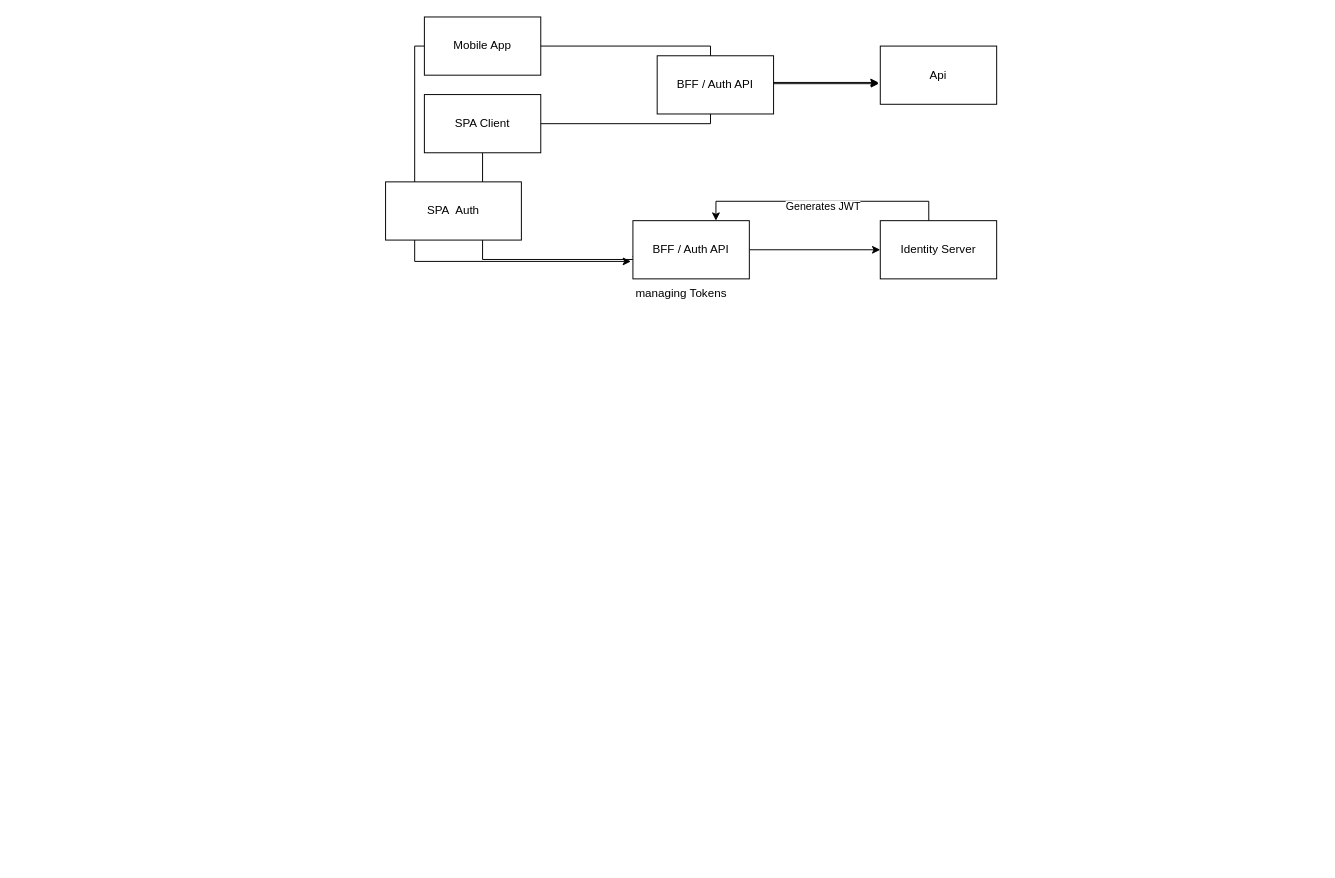
Above: diagrams/ProjectStructure.drawio in Azero77/PrivateClinicalSystem (draw.io), before the change. Source tidied: cells renumbered, new cells numbered last; positions are measured from the earlier drawing's top-left corner, leaving out a move shared by most shapes. Both pictures are drawn from the tidied source at 97%, with x=0, y=0 at pixel (385, 16).
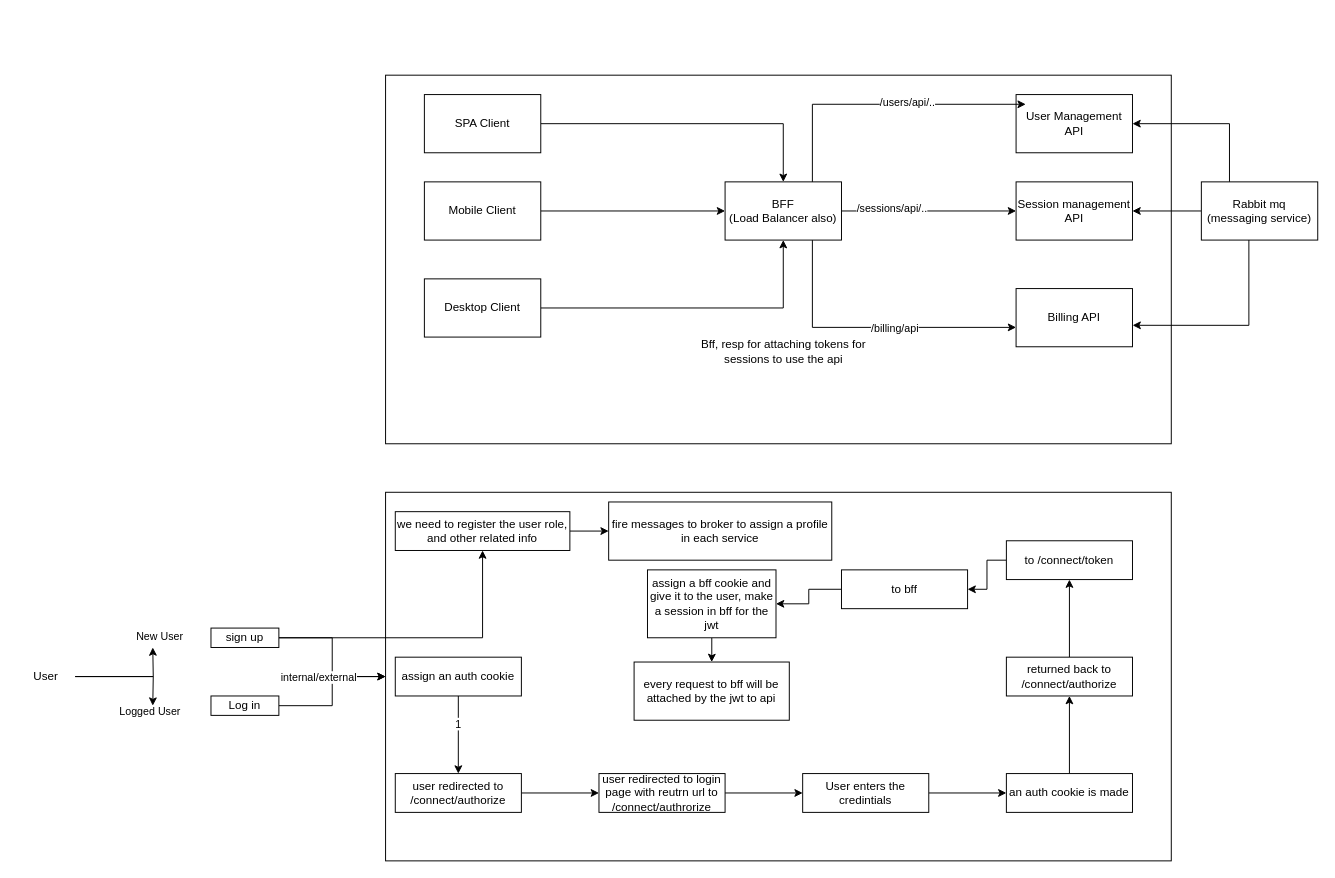
Above is the later version.

Unchanged cells that the change refers to:
```xml
<mxCell id="5" value="SPA Client" style="rounded=0;whiteSpace=wrap;html=1;" parent="1" vertex="1">
  <mxGeometry x="40" y="80" width="120" height="60" as="geometry" />
</mxCell>
```

Change to the diagram source:
```diff
@@
-    <mxCell id="2" style="edgeStyle=orthogonalEdgeStyle;rounded=0;jettySize=auto;html=1;entryX=-0.017;entryY=0.7;entryDx=0;entryDy=0;entryPerimeter=0;" parent="1" edge="1" source="3" target="10">
-      <mxGeometry relative="1" as="geometry">
-        <Array as="points">
-          <mxPoint x="30" y="30" />
-          <mxPoint x="30" y="252" />
-        </Array>
-      </mxGeometry>
-    </mxCell>
-    <mxCell id="3" value="Mobile App" style="rounded=0;whiteSpace=wrap;html=1;" parent="1" vertex="1">
-      <mxGeometry x="40" width="120" height="60" as="geometry" />
-    </mxCell>
-    <mxCell id="4" style="edgeStyle=orthogonalEdgeStyle;rounded=0;jettySize=auto;html=1;entryX=0.029;entryY=0.483;entryDx=0;entryDy=0;entryPerimeter=0;" parent="1" edge="1" source="5" target="10">
-      <mxGeometry relative="1" as="geometry">
-        <Array as="points">
-          <mxPoint x="100" y="250" />
-          <mxPoint x="259" y="250" />
-        </Array>
-      </mxGeometry>
-    </mxCell>
+    <mxCell id="17" style="rounded=0;whiteSpace=wrap;html=1;" parent="1" vertex="1">
+      <mxGeometry y="60" width="810" height="380" as="geometry" />
+    </mxCell>
+    <mxCell id="18" style="rounded=0;whiteSpace=wrap;html=1;" parent="1" vertex="1">
+      <mxGeometry y="490" width="810" height="380" as="geometry" />
+    </mxCell>
+    <mxCell id="19" style="edgeStyle=orthogonalEdgeStyle;rounded=0;jettySize=auto;html=1;" parent="1" edge="1" source="5" target="24">
+      <mxGeometry relative="1" as="geometry" />
+    </mxCell>
@@
-    <mxCell id="6" value="Api" style="rounded=0;whiteSpace=wrap;html=1;" parent="1" vertex="1">
-      <mxGeometry x="510" y="30" width="120" height="60" as="geometry" />
-    </mxCell>
-    <mxCell id="7" style="edgeStyle=orthogonalEdgeStyle;rounded=0;jettySize=auto;html=1;entryX=-0.015;entryY=0.625;entryDx=0;entryDy=0;entryPerimeter=0;" parent="1" edge="1" source="3" target="6">
-      <mxGeometry relative="1" as="geometry" />
-    </mxCell>
-    <mxCell id="8" style="edgeStyle=orthogonalEdgeStyle;rounded=0;jettySize=auto;html=1;entryX=-0.012;entryY=0.646;entryDx=0;entryDy=0;entryPerimeter=0;" parent="1" edge="1" source="5" target="6">
-      <mxGeometry relative="1" as="geometry" />
-    </mxCell>
-    <mxCell id="9" style="edgeStyle=orthogonalEdgeStyle;rounded=0;jettySize=auto;html=1;" parent="1" edge="1" source="10" target="11">
-      <mxGeometry relative="1" as="geometry" />
-    </mxCell>
-    <mxCell id="10" value="BFF / Auth API" style="rounded=0;whiteSpace=wrap;html=1;" parent="1" vertex="1">
-      <mxGeometry x="255" y="210" width="120" height="60" as="geometry" />
-    </mxCell>
-    <mxCell id="11" value="Identity Server" style="rounded=0;whiteSpace=wrap;html=1;" parent="1" vertex="1">
-      <mxGeometry x="510" y="210" width="120" height="60" as="geometry" />
-    </mxCell>
-    <mxCell id="12" style="edgeStyle=orthogonalEdgeStyle;rounded=0;jettySize=auto;html=1;entryX=0.713;entryY=0;entryDx=0;entryDy=0;entryPerimeter=0;" parent="1" edge="1" source="11" target="10">
-      <mxGeometry relative="1" as="geometry">
-        <Array as="points">
-          <mxPoint x="560" y="190" />
-          <mxPoint x="341" y="190" />
-        </Array>
-      </mxGeometry>
-    </mxCell>
-    <mxCell id="13" value="Generates JWT" style="edgeLabel;html=1;align=center;verticalAlign=middle;" parent="12" vertex="1">
-      <mxGeometry y="5" relative="1" as="geometry" />
-    </mxCell>
-    <mxCell id="14" value="SPA&amp;nbsp; Auth" style="rounded=0;whiteSpace=wrap;html=1;" parent="1" vertex="1">
-      <mxGeometry y="170" width="140" height="60" as="geometry" />
-    </mxCell>
-    <mxCell id="15" value="BFF / Auth API" style="rounded=0;whiteSpace=wrap;html=1;" parent="1" vertex="1">
-      <mxGeometry x="280" y="40" width="120" height="60" as="geometry" />
-    </mxCell>
-    <mxCell id="16" value="managing Tokens" style="text;strokeColor=none;align=center;fillColor=none;html=1;verticalAlign=middle;whiteSpace=wrap;rounded=0;" parent="1" vertex="1">
-      <mxGeometry x="235" y="280" width="140" height="10" as="geometry" />
-    </mxCell>
+    <mxCell id="20" style="edgeStyle=orthogonalEdgeStyle;rounded=0;jettySize=auto;html=1;" parent="1" edge="1" source="24" target="28">
+      <mxGeometry relative="1" as="geometry" />
+    </mxCell>
+    <mxCell id="21" value="/sessions/api/.." style="edgeLabel;html=1;align=center;verticalAlign=middle;" parent="20" vertex="1">
+      <mxGeometry x="-0.43" y="3" relative="1" as="geometry" />
+    </mxCell>
+    <mxCell id="22" style="edgeStyle=orthogonalEdgeStyle;rounded=0;jettySize=auto;html=1;" parent="1" edge="1" source="24" target="29">
+      <mxGeometry relative="1" as="geometry">
+        <Array as="points">
+          <mxPoint x="440" y="320" />
+        </Array>
+      </mxGeometry>
+    </mxCell>
+    <mxCell id="23" value="/billing/api" style="edgeLabel;html=1;align=center;verticalAlign=middle;" parent="22" vertex="1">
+      <mxGeometry x="0.16" relative="1" as="geometry" />
+    </mxCell>
+    <mxCell id="24" value="BFF&lt;br&gt;(Load Balancer also)" style="rounded=0;whiteSpace=wrap;html=1;" parent="1" vertex="1">
+      <mxGeometry x="350" y="170" width="120" height="60" as="geometry" />
+    </mxCell>
+    <mxCell id="25" style="edgeStyle=orthogonalEdgeStyle;rounded=0;jettySize=auto;html=1;" parent="1" edge="1" source="27" target="28">
+      <mxGeometry relative="1" as="geometry" />
+    </mxCell>
+    <mxCell id="26" style="edgeStyle=orthogonalEdgeStyle;rounded=0;jettySize=auto;html=1;" parent="1" edge="1" source="27" target="30">
+      <mxGeometry relative="1" as="geometry">
+        <Array as="points">
+          <mxPoint x="870" y="110" />
+        </Array>
+      </mxGeometry>
+    </mxCell>
+    <mxCell id="27" value="Rabbit mq&lt;div&gt;(messaging service)&lt;/div&gt;" style="rounded=0;whiteSpace=wrap;html=1;" parent="1" vertex="1">
+      <mxGeometry x="841" y="170" width="120" height="60" as="geometry" />
+    </mxCell>
+    <mxCell id="28" value="Session management API" style="rounded=0;whiteSpace=wrap;html=1;" parent="1" vertex="1">
+      <mxGeometry x="650" y="170" width="120" height="60" as="geometry" />
+    </mxCell>
+    <mxCell id="29" value="Billing API" style="rounded=0;whiteSpace=wrap;html=1;" parent="1" vertex="1">
+      <mxGeometry x="650" y="280" width="120" height="60" as="geometry" />
+    </mxCell>
+    <mxCell id="30" value="User Management API" style="rounded=0;whiteSpace=wrap;html=1;" parent="1" vertex="1">
+      <mxGeometry x="650" y="80" width="120" height="60" as="geometry" />
+    </mxCell>
+    <mxCell id="31" style="edgeStyle=orthogonalEdgeStyle;rounded=0;jettySize=auto;html=1;" parent="1" edge="1" source="32" target="24">
+      <mxGeometry relative="1" as="geometry" />
+    </mxCell>
+    <mxCell id="32" value="Mobile Client" style="rounded=0;whiteSpace=wrap;html=1;" parent="1" vertex="1">
+      <mxGeometry x="40" y="170" width="120" height="60" as="geometry" />
+    </mxCell>
+    <mxCell id="33" style="edgeStyle=orthogonalEdgeStyle;rounded=0;jettySize=auto;html=1;" parent="1" edge="1" source="34" target="24">
+      <mxGeometry relative="1" as="geometry" />
+    </mxCell>
+    <mxCell id="34" value="Desktop Client" style="rounded=0;whiteSpace=wrap;html=1;" parent="1" vertex="1">
+      <mxGeometry x="40" y="270" width="120" height="60" as="geometry" />
+    </mxCell>
+    <mxCell id="35" style="edgeStyle=orthogonalEdgeStyle;rounded=0;jettySize=auto;html=1;entryX=0.083;entryY=0.167;entryDx=0;entryDy=0;entryPerimeter=0;" parent="1" edge="1" source="24" target="30">
+      <mxGeometry relative="1" as="geometry">
+        <Array as="points">
+          <mxPoint x="440" y="90" />
+        </Array>
+      </mxGeometry>
+    </mxCell>
+    <mxCell id="36" value="/users/api/.." style="edgeLabel;html=1;align=center;verticalAlign=middle;" parent="35" vertex="1">
+      <mxGeometry x="0.18" y="3" relative="1" as="geometry" />
+    </mxCell>
+    <mxCell id="37" style="edgeStyle=orthogonalEdgeStyle;rounded=0;jettySize=auto;html=1;entryX=1.001;entryY=0.631;entryDx=0;entryDy=0;entryPerimeter=0;" parent="1" edge="1" source="27" target="29">
+      <mxGeometry relative="1" as="geometry">
+        <Array as="points">
+          <mxPoint x="890" y="318" />
+        </Array>
+      </mxGeometry>
+    </mxCell>
+    <mxCell id="38" value="Bff, resp for attaching tokens for sessions to use the api" style="text;html=1;align=center;verticalAlign=middle;whiteSpace=wrap;rounded=0;" parent="1" vertex="1">
+      <mxGeometry x="307.5" y="320" width="205" height="50" as="geometry" />
+    </mxCell>
+    <mxCell id="39" style="edgeStyle=orthogonalEdgeStyle;rounded=0;jettySize=auto;html=1;" parent="1" edge="1" source="42">
+      <mxGeometry relative="1" as="geometry">
+        <mxPoint x="-240" y="650" as="targetPoint" />
+      </mxGeometry>
+    </mxCell>
+    <mxCell id="40" style="edgeStyle=orthogonalEdgeStyle;rounded=0;jettySize=auto;html=1;" parent="1" edge="1" source="42">
+      <mxGeometry relative="1" as="geometry">
+        <mxPoint x="-240" y="710" as="targetPoint" />
+      </mxGeometry>
+    </mxCell>
+    <mxCell id="41" value="Logged User" style="edgeLabel;html=1;align=center;verticalAlign=middle;" parent="40" vertex="1">
+      <mxGeometry x="1" y="-6" relative="1" as="geometry">
+        <mxPoint x="3" y="5" as="offset" />
+      </mxGeometry>
+    </mxCell>
+    <mxCell id="42" value="User" style="text;html=1;align=center;verticalAlign=middle;whiteSpace=wrap;rounded=0;" parent="1" vertex="1">
+      <mxGeometry x="-380" y="665" width="60" height="30" as="geometry" />
+    </mxCell>
+    <mxCell id="43" value="New User" style="edgeLabel;html=1;align=center;verticalAlign=middle;" parent="1" vertex="1">
+      <mxGeometry x="-240" y="665" as="geometry">
+        <mxPoint x="6" y="-27" as="offset" />
+      </mxGeometry>
+    </mxCell>
+    <mxCell id="44" style="edgeStyle=orthogonalEdgeStyle;rounded=0;jettySize=auto;html=1;" parent="1" edge="1" source="45" target="18">
+      <mxGeometry relative="1" as="geometry" />
+    </mxCell>
+    <mxCell id="45" value="Log in" style="rounded=0;whiteSpace=wrap;html=1;" parent="1" vertex="1">
+      <mxGeometry x="-180" y="700" width="70" height="20" as="geometry" />
+    </mxCell>
+    <mxCell id="46" style="edgeStyle=orthogonalEdgeStyle;rounded=0;jettySize=auto;html=1;" parent="1" edge="1" source="49" target="18">
+      <mxGeometry relative="1" as="geometry" />
+    </mxCell>
+    <mxCell id="47" value="internal/external" style="edgeLabel;html=1;align=center;verticalAlign=middle;" parent="46" vertex="1">
+      <mxGeometry x="-0.61" y="-2" relative="1" as="geometry">
+        <mxPoint x="11" y="38" as="offset" />
+      </mxGeometry>
+    </mxCell>
+    <mxCell id="48" style="edgeStyle=orthogonalEdgeStyle;rounded=0;jettySize=auto;html=1;" parent="1" edge="1" source="49" target="51">
+      <mxGeometry relative="1" as="geometry" />
+    </mxCell>
+    <mxCell id="49" value="sign up" style="rounded=0;whiteSpace=wrap;html=1;" parent="1" vertex="1">
+      <mxGeometry x="-180" y="630" width="70" height="20" as="geometry" />
+    </mxCell>
+    <mxCell id="50" style="edgeStyle=orthogonalEdgeStyle;rounded=0;jettySize=auto;html=1;" parent="1" edge="1" source="51" target="55">
+      <mxGeometry relative="1" as="geometry" />
+    </mxCell>
+    <mxCell id="51" value="we need to register the user role, and other related info" style="rounded=0;whiteSpace=wrap;html=1;" parent="1" vertex="1">
+      <mxGeometry x="10" y="510" width="180" height="40" as="geometry" />
+    </mxCell>
+    <mxCell id="52" style="edgeStyle=orthogonalEdgeStyle;rounded=0;jettySize=auto;html=1;" parent="1" edge="1" source="54" target="57">
+      <mxGeometry relative="1" as="geometry" />
+    </mxCell>
+    <mxCell id="53" value="1" style="edgeLabel;html=1;align=center;verticalAlign=middle;" parent="52" vertex="1">
+      <mxGeometry x="-0.29" y="-1" relative="1" as="geometry" />
+    </mxCell>
+    <mxCell id="54" value="assign an auth cookie" style="rounded=0;whiteSpace=wrap;html=1;" parent="1" vertex="1">
+      <mxGeometry x="10" y="660" width="130" height="40" as="geometry" />
+    </mxCell>
+    <mxCell id="55" value="fire messages to broker to assign a profile in each service" style="rounded=0;whiteSpace=wrap;html=1;" parent="1" vertex="1">
+      <mxGeometry x="230" y="500" width="230" height="60" as="geometry" />
+    </mxCell>
+    <mxCell id="56" style="edgeStyle=orthogonalEdgeStyle;rounded=0;jettySize=auto;html=1;" parent="1" edge="1" source="57" target="59">
+      <mxGeometry relative="1" as="geometry" />
+    </mxCell>
+    <mxCell id="57" value="user redirected to /connect/authorize" style="rounded=0;whiteSpace=wrap;html=1;" parent="1" vertex="1">
+      <mxGeometry x="10" y="780" width="130" height="40" as="geometry" />
+    </mxCell>
+    <mxCell id="58" style="edgeStyle=orthogonalEdgeStyle;rounded=0;jettySize=auto;html=1;" parent="1" edge="1" source="59" target="61">
+      <mxGeometry relative="1" as="geometry" />
+    </mxCell>
+    <mxCell id="59" value="user redirected to login page with reutrn url to /connect/authrorize" style="rounded=0;whiteSpace=wrap;html=1;" parent="1" vertex="1">
+      <mxGeometry x="220" y="780" width="130" height="40" as="geometry" />
+    </mxCell>
+    <mxCell id="60" style="edgeStyle=orthogonalEdgeStyle;rounded=0;jettySize=auto;html=1;" parent="1" edge="1" source="61" target="63">
+      <mxGeometry relative="1" as="geometry" />
+    </mxCell>
+    <mxCell id="61" value="User enters the credintials" style="rounded=0;whiteSpace=wrap;html=1;" parent="1" vertex="1">
+      <mxGeometry x="430" y="780" width="130" height="40" as="geometry" />
+    </mxCell>
+    <mxCell id="62" style="edgeStyle=orthogonalEdgeStyle;rounded=0;jettySize=auto;html=1;" parent="1" edge="1" source="63" target="65">
+      <mxGeometry relative="1" as="geometry" />
+    </mxCell>
+    <mxCell id="63" value="an auth cookie is made" style="rounded=0;whiteSpace=wrap;html=1;" parent="1" vertex="1">
+      <mxGeometry x="640" y="780" width="130" height="40" as="geometry" />
+    </mxCell>
+    <mxCell id="64" style="edgeStyle=orthogonalEdgeStyle;rounded=0;jettySize=auto;html=1;" parent="1" edge="1" source="65" target="67">
+      <mxGeometry relative="1" as="geometry" />
+    </mxCell>
+    <mxCell id="65" value="returned back to /connect/authorize" style="rounded=0;whiteSpace=wrap;html=1;" parent="1" vertex="1">
+      <mxGeometry x="640" y="660" width="130" height="40" as="geometry" />
+    </mxCell>
+    <mxCell id="66" style="edgeStyle=orthogonalEdgeStyle;rounded=0;jettySize=auto;html=1;" parent="1" edge="1" source="67" target="69">
+      <mxGeometry relative="1" as="geometry" />
+    </mxCell>
+    <mxCell id="67" value="to /connect/token" style="rounded=0;whiteSpace=wrap;html=1;" parent="1" vertex="1">
+      <mxGeometry x="640" y="540" width="130" height="40" as="geometry" />
+    </mxCell>
+    <mxCell id="68" style="edgeStyle=orthogonalEdgeStyle;rounded=0;jettySize=auto;html=1;" parent="1" edge="1" source="69" target="71">
+      <mxGeometry relative="1" as="geometry" />
+    </mxCell>
+    <mxCell id="69" value="to bff" style="rounded=0;whiteSpace=wrap;html=1;" parent="1" vertex="1">
+      <mxGeometry x="470" y="570" width="130" height="40" as="geometry" />
+    </mxCell>
+    <mxCell id="70" style="edgeStyle=orthogonalEdgeStyle;rounded=0;jettySize=auto;html=1;" parent="1" edge="1" source="71" target="72">
+      <mxGeometry relative="1" as="geometry" />
+    </mxCell>
+    <mxCell id="71" value="assign a bff cookie and give it to the user, make a session in bff for the jwt" style="rounded=0;whiteSpace=wrap;html=1;" parent="1" vertex="1">
+      <mxGeometry x="270" y="570" width="132.5" height="70" as="geometry" />
+    </mxCell>
+    <mxCell id="72" value="every request to bff will be attached by the jwt to api" style="rounded=0;whiteSpace=wrap;html=1;" parent="1" vertex="1">
+      <mxGeometry x="256.2" y="665" width="160" height="60" as="geometry" />
+    </mxCell>
```
